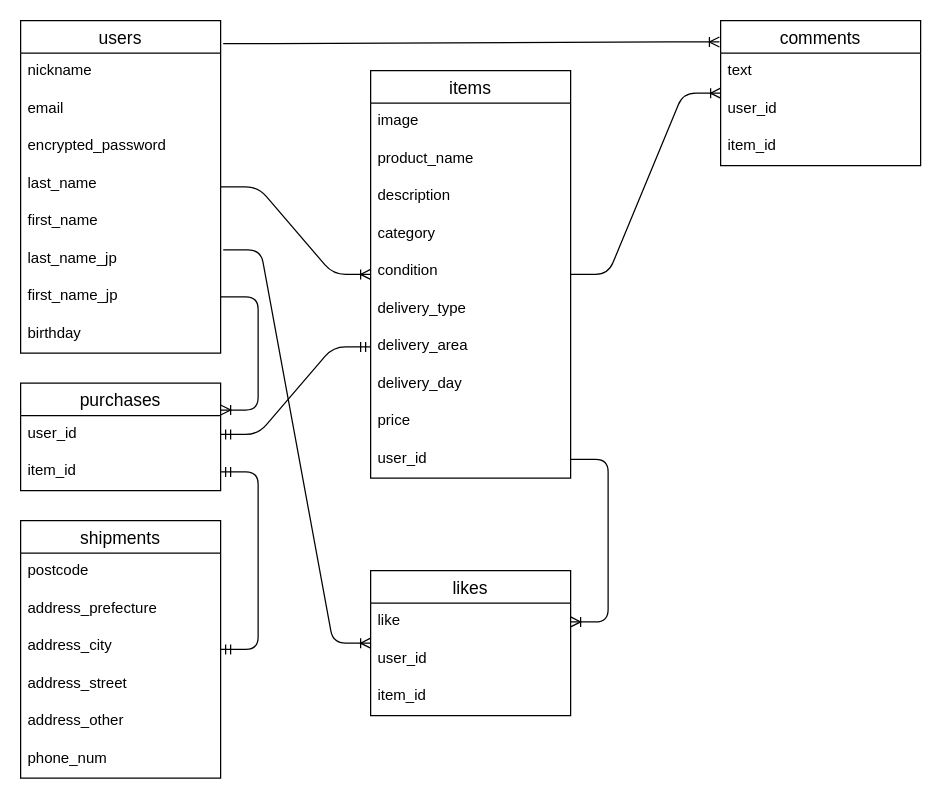
Before: furima.dio in troymich123/furima-38091, a draw.io diagram. Source tidied: cells renumbered, new cells numbered last; positions are measured from the earlier drawing's top-left corner, leaving out a move shared by most shapes. Both pictures are drawn from the tidied source at 125%, with x=0, y=0 at pixel (20, 20).
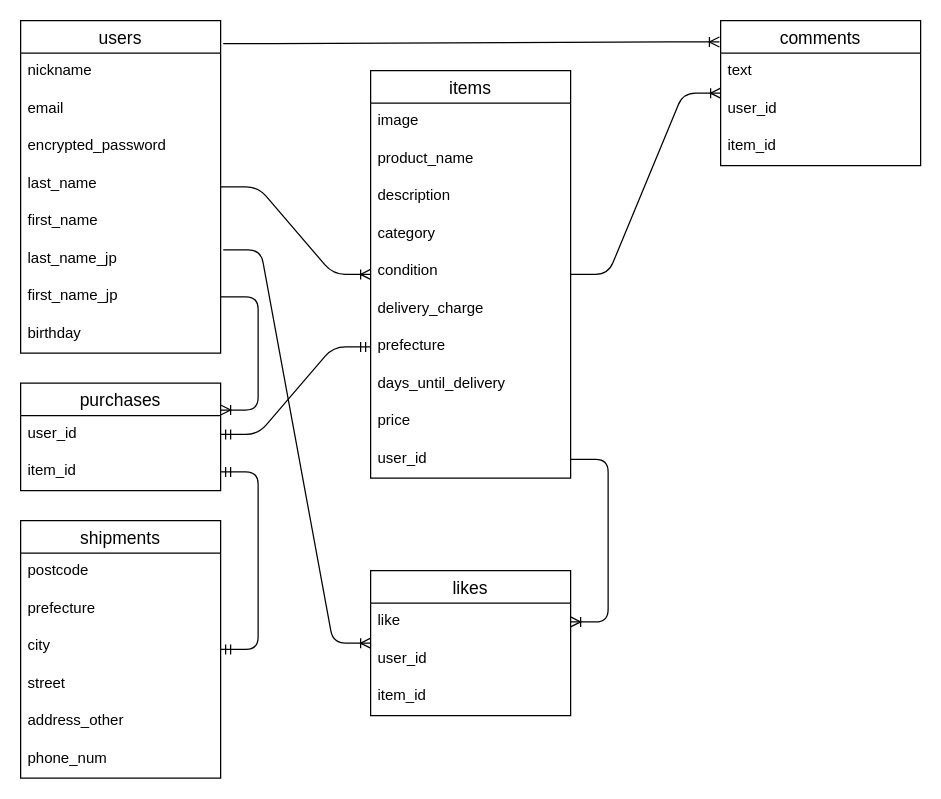
The same page after the edit.

Commit message (it also covers changes not shown here):
データベース設計_3

The change refers to these unchanged cells:
```xml
<mxCell id="11" value="items" style="swimlane;fontStyle=0;horizontal=1;startSize=26;align=center;fontSize=14;" parent="1" vertex="1">
  <mxGeometry x="280" y="40" width="160" height="326" as="geometry" />
</mxCell>
<mxCell id="30" value="shipments" style="swimlane;fontStyle=0;horizontal=1;startSize=26;align=center;fontSize=14;" parent="1" vertex="1">
  <mxGeometry y="400" width="160" height="206" as="geometry" />
</mxCell>
```

What changed in the source:
```diff
@@
-    <mxCell id="17" value="delivery_type" style="text;strokeColor=none;fillColor=none;spacingLeft=4;spacingRight=4;overflow=hidden;fontSize=12;" parent="11" vertex="1">
+    <mxCell id="17" value="delivery_charge" style="text;strokeColor=none;fillColor=none;spacingLeft=4;spacingRight=4;overflow=hidden;fontSize=12;" parent="11" vertex="1">
       <mxGeometry y="176" width="160" height="30" as="geometry" />
     </mxCell>
-    <mxCell id="18" value="delivery_area" style="text;strokeColor=none;fillColor=none;spacingLeft=4;spacingRight=4;overflow=hidden;points=[[0,0.5],[1,0.5]];portConstraint=eastwest;fontSize=12;" parent="11" vertex="1">
+    <mxCell id="18" value="prefecture" style="text;strokeColor=none;fillColor=none;spacingLeft=4;spacingRight=4;overflow=hidden;points=[[0,0.5],[1,0.5]];portConstraint=eastwest;fontSize=12;" parent="11" vertex="1">
       <mxGeometry y="206" width="160" height="30" as="geometry" />
     </mxCell>
-    <mxCell id="19" value="delivery_day" style="text;strokeColor=none;fillColor=none;spacingLeft=4;spacingRight=4;overflow=hidden;fontSize=12;" parent="11" vertex="1">
+    <mxCell id="19" value="days_until_delivery" style="text;strokeColor=none;fillColor=none;spacingLeft=4;spacingRight=4;overflow=hidden;fontSize=12;" parent="11" vertex="1">
       <mxGeometry y="236" width="160" height="30" as="geometry" />
     </mxCell>
@@
-    <mxCell id="32" value="address_prefecture" style="text;strokeColor=none;fillColor=none;spacingLeft=4;spacingRight=4;overflow=hidden;fontSize=12;" parent="30" vertex="1">
+    <mxCell id="32" value="prefecture" style="text;strokeColor=none;fillColor=none;spacingLeft=4;spacingRight=4;overflow=hidden;fontSize=12;" parent="30" vertex="1">
       <mxGeometry y="56" width="160" height="30" as="geometry" />
     </mxCell>
-    <mxCell id="33" value="address_city" style="text;strokeColor=none;fillColor=none;spacingLeft=4;spacingRight=4;overflow=hidden;fontSize=12;" parent="30" vertex="1">
+    <mxCell id="33" value="city" style="text;strokeColor=none;fillColor=none;spacingLeft=4;spacingRight=4;overflow=hidden;fontSize=12;" parent="30" vertex="1">
       <mxGeometry y="86" width="160" height="30" as="geometry" />
     </mxCell>
-    <mxCell id="34" value="address_street" style="text;strokeColor=none;fillColor=none;spacingLeft=4;spacingRight=4;overflow=hidden;fontSize=12;" parent="30" vertex="1">
+    <mxCell id="34" value="street" style="text;strokeColor=none;fillColor=none;spacingLeft=4;spacingRight=4;overflow=hidden;fontSize=12;" parent="30" vertex="1">
       <mxGeometry y="116" width="160" height="30" as="geometry" />
     </mxCell>
```
